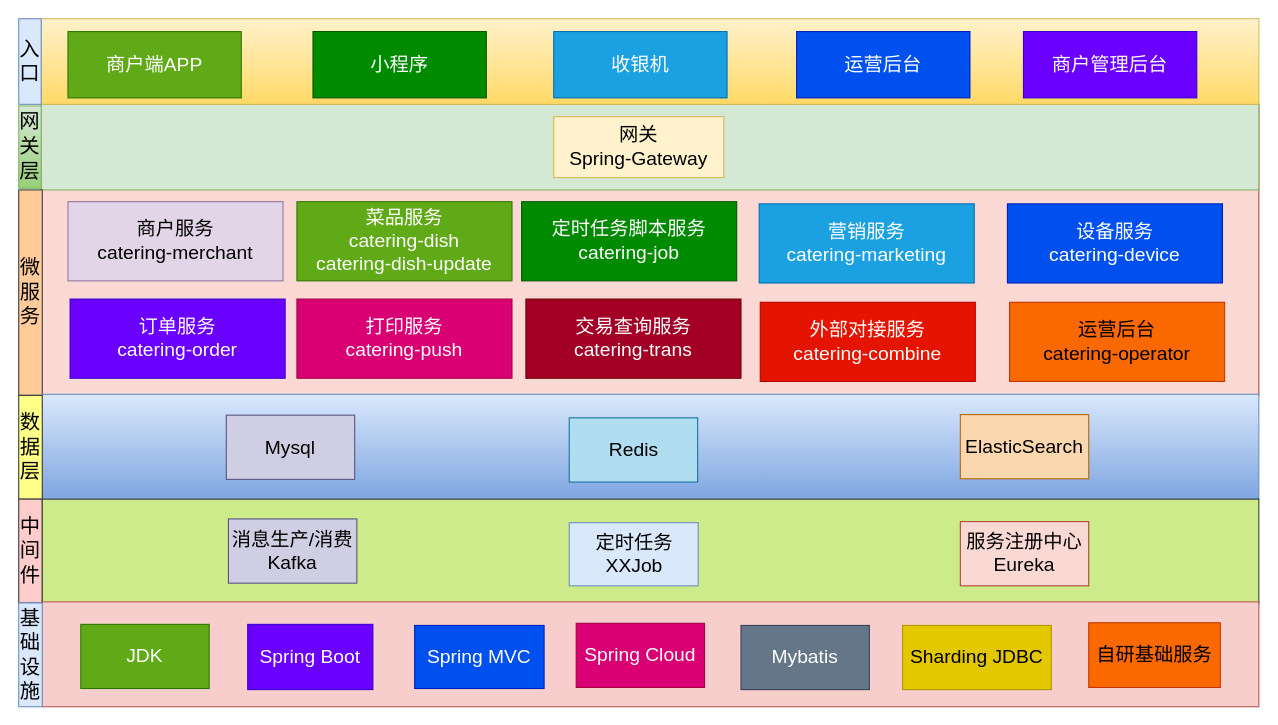
Earlier version of the draw.io diagram project.drawio (CodeShowZz/PicGo). Source tidied: cells renumbered, new cells numbered last; positions are measured from the earlier drawing's top-left corner, leaving out a move shared by most shapes. Both pictures are drawn from the tidied source at 107%, with x=0, y=0 at pixel (18, 18).
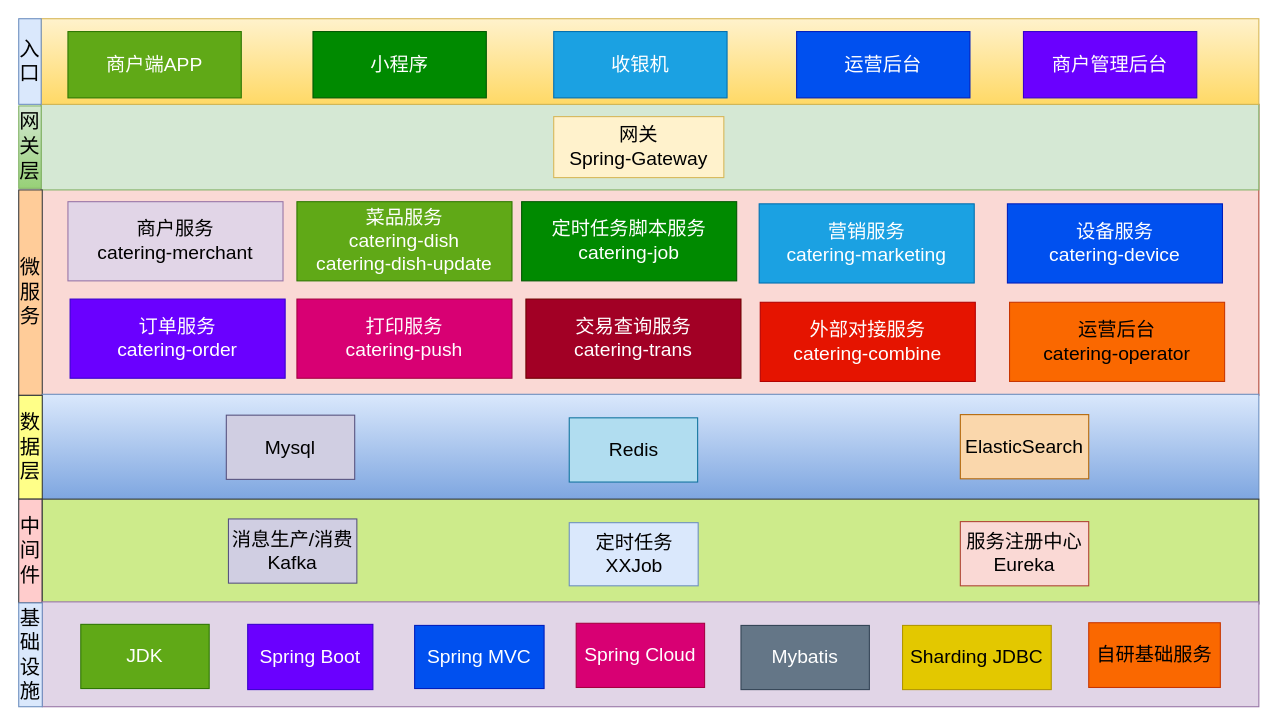
The same page after the edit.

Change to the diagram source:
```diff
@@
-    <mxCell id="25" style="rounded=0;whiteSpace=wrap;html=1;fillColor=#f8cecc;strokeColor=#b85450;" parent="1" vertex="1">
+    <mxCell id="25" style="rounded=0;whiteSpace=wrap;html=1;fillColor=#e1d5e7;strokeColor=#9673a6;" parent="1" vertex="1">
       <mxGeometry x="22" y="545" width="1137" height="98" as="geometry" />
     </mxCell>
```
